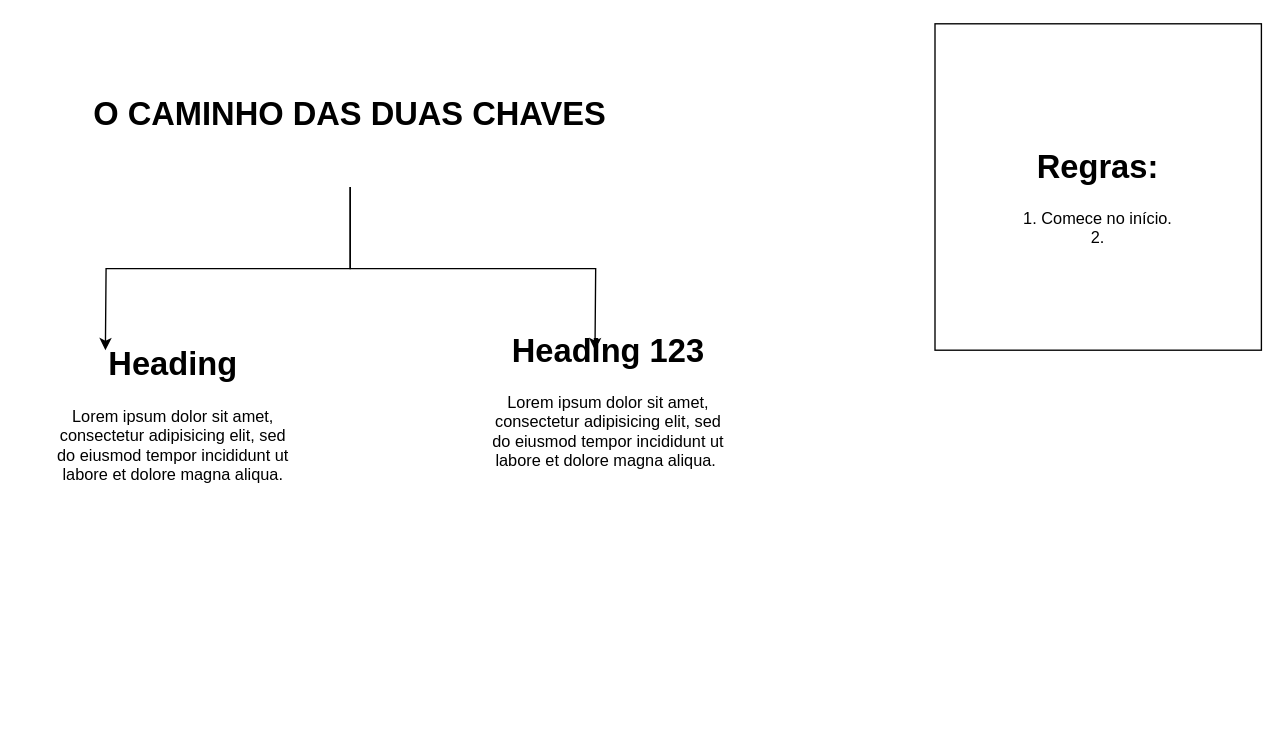
This is info-novo.drawio from p73259367-cyber/chaves, a draw.io file, before an edit. Source tidied: cells renumbered, new cells numbered last; positions are measured from the earlier drawing's top-left corner, leaving out a move shared by most shapes. Both pictures are drawn from the tidied source at 136%, with x=0, y=0 at pixel (23, 23).
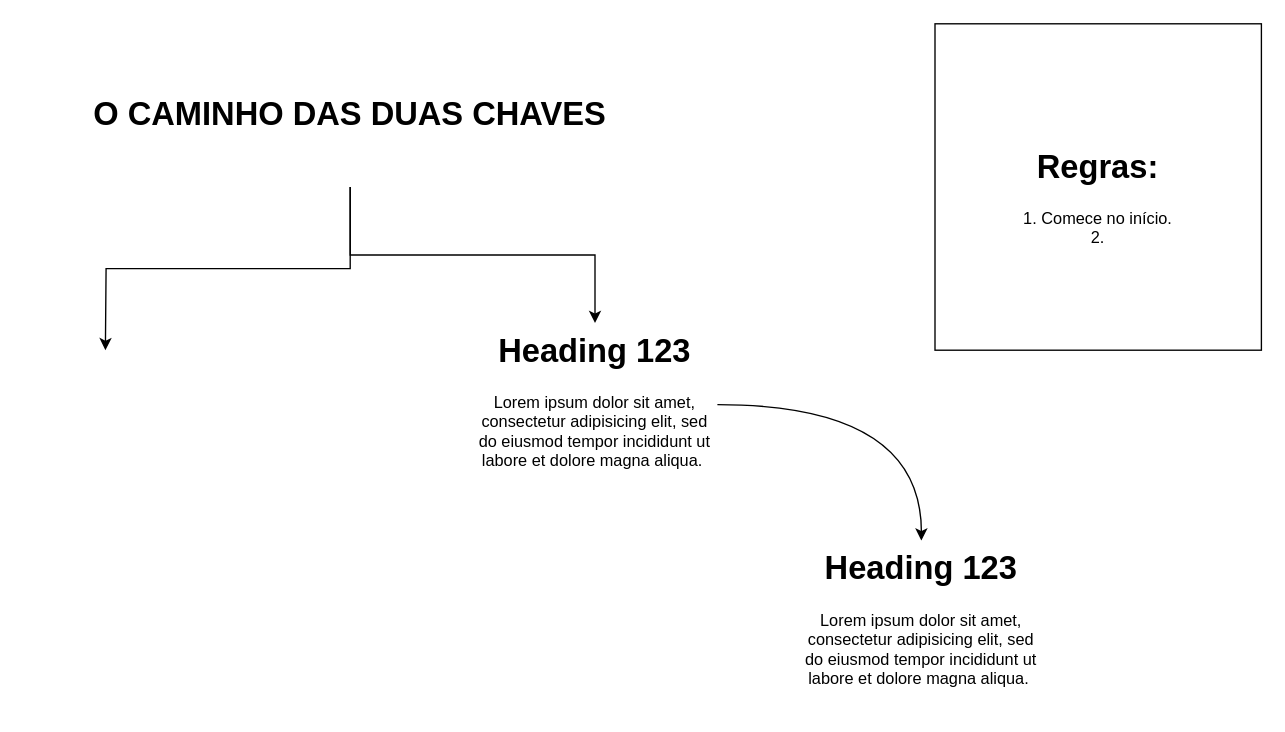
After the change.

The edit, as a diff of the source:
```diff
@@
 <mxGraphModel>
   <root>
     <mxCell id="0" />
     <mxCell id="1" parent="0" />
     <mxCell id="2" style="edgeStyle=orthogonalEdgeStyle;rounded=0;jettySize=auto;html=1;" parent="1" edge="1" source="4">
       <mxGeometry relative="1" as="geometry">
         <mxPoint x="60" y="240" as="targetPoint" />
       </mxGeometry>
     </mxCell>
-    <mxCell id="3" style="edgeStyle=orthogonalEdgeStyle;rounded=0;jettySize=auto;html=1;" parent="1" edge="1" source="4">
-      <mxGeometry relative="1" as="geometry">
-        <mxPoint x="420" y="240" as="targetPoint" />
-      </mxGeometry>
+    <mxCell id="3" style="edgeStyle=orthogonalEdgeStyle;rounded=0;jettySize=auto;html=1;" parent="1" edge="1" source="4" target="6">
+      <mxGeometry relative="1" as="geometry" />
     </mxCell>
     <mxCell id="4" value="&lt;h1&gt;O CAMINHO DAS DUAS CHAVES&lt;/h1&gt;" style="text;html=1;whiteSpace=wrap;overflow=hidden;rounded=0;align=center;" parent="1" vertex="1">
       <mxGeometry y="30" width="480" height="90" as="geometry" />
     </mxCell>
-    <mxCell id="5" value="&lt;h1 style=&quot;margin-top: 0px;&quot;&gt;Heading&lt;/h1&gt;&lt;p&gt;Lorem ipsum dolor sit amet, consectetur adipisicing elit, sed do eiusmod tempor incididunt ut labore et dolore magna aliqua.&lt;/p&gt;" style="text;html=1;whiteSpace=wrap;overflow=hidden;rounded=0;align=center;" parent="1" vertex="1">
-      <mxGeometry x="20" y="230" width="180" height="120" as="geometry" />
-    </mxCell>
+    <mxCell id="8" style="edgeStyle=orthogonalEdgeStyle;rounded=0;jettySize=auto;html=1;curved=1;" parent="1" edge="1" source="6" target="9">
+      <mxGeometry relative="1" as="geometry" />
+    </mxCell>
     <mxCell id="6" value="&lt;h1 style=&quot;margin-top: 0px;&quot;&gt;Heading 123&lt;/h1&gt;&lt;p&gt;Lorem ipsum dolor sit amet, consectetur adipisicing elit, sed do eiusmod tempor incididunt ut labore et dolore magna aliqua.&amp;nbsp;&lt;/p&gt;" style="text;html=1;whiteSpace=wrap;overflow=hidden;rounded=0;align=center;" parent="1" vertex="1">
-      <mxGeometry x="340" y="220" width="180" height="120" as="geometry" />
+      <mxGeometry x="330" y="220" width="180" height="120" as="geometry" />
     </mxCell>
     <mxCell id="7" value="&lt;h1&gt;Regras:&lt;/h1&gt;&lt;div&gt;1. Comece no início.&lt;/div&gt;&lt;div&gt;2.&lt;/div&gt;" style="whiteSpace=wrap;html=1;align=center;" parent="1" vertex="1">
       <mxGeometry x="670" width="240" height="240" as="geometry" />
     </mxCell>
+    <mxCell id="9" value="&lt;h1 style=&quot;margin-top: 0px;&quot;&gt;Heading 123&lt;/h1&gt;&lt;p&gt;Lorem ipsum dolor sit amet, consectetur adipisicing elit, sed do eiusmod tempor incididunt ut labore et dolore magna aliqua.&amp;nbsp;&lt;/p&gt;" style="text;html=1;whiteSpace=wrap;overflow=hidden;rounded=0;align=center;" parent="1" vertex="1">
+      <mxGeometry x="570" y="380" width="180" height="120" as="geometry" />
+    </mxCell>
   </root>
 </mxGraphModel>
```
